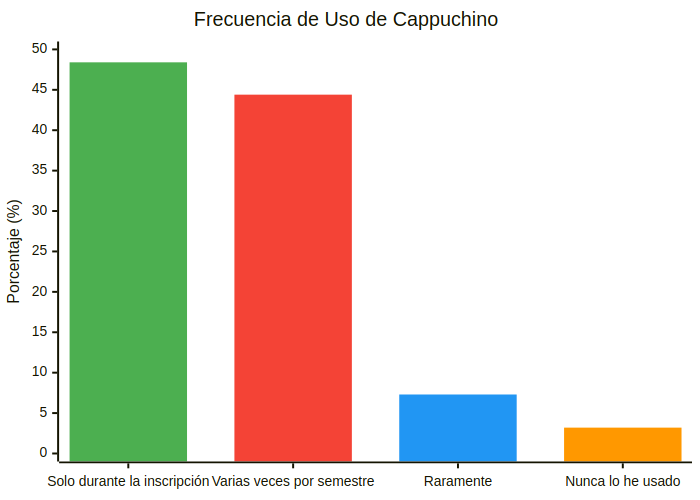
Earlier version of the Mermaid export images/diagrams/encuesta_uso_capuchino.png (smith-3/Taller-Grado-II). Its source is kept beside it as images/diagrams/encuesta_uso_capuchino.mmd.
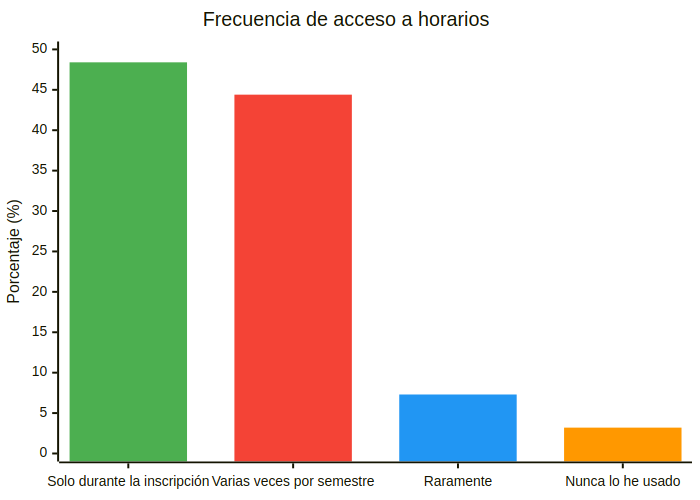
After the change.

Diff of the diagram source:
```diff
@@ -7,7 +7,7 @@
   }
 }}%%
 xychart-beta
-    title "Frecuencia de Uso de Cappuchino"
+    title "Frecuencia de acceso a horarios"
     x-axis ["Solo durante la inscripción", "Varias veces por semestre", "Raramente", "Nunca lo he usado"]
     y-axis "Porcentaje (%)" 0 --> 50
     bar [48.4, -1.9, -1.9, -1.9]
```
